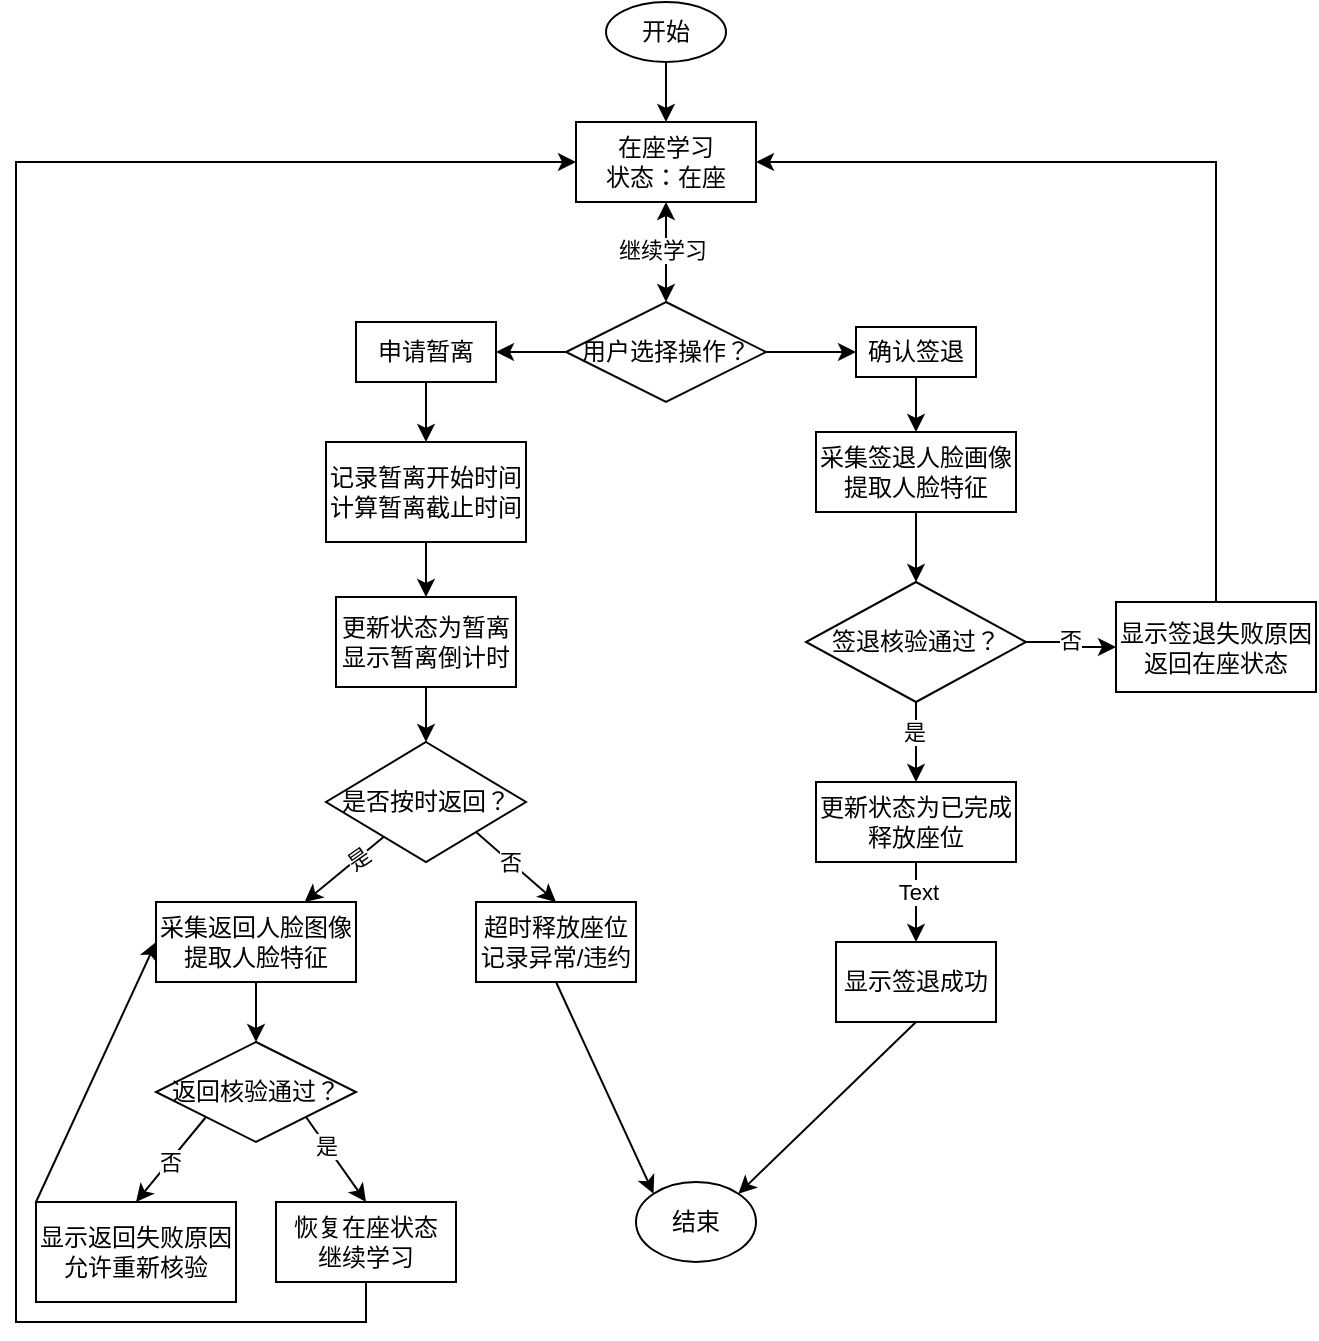
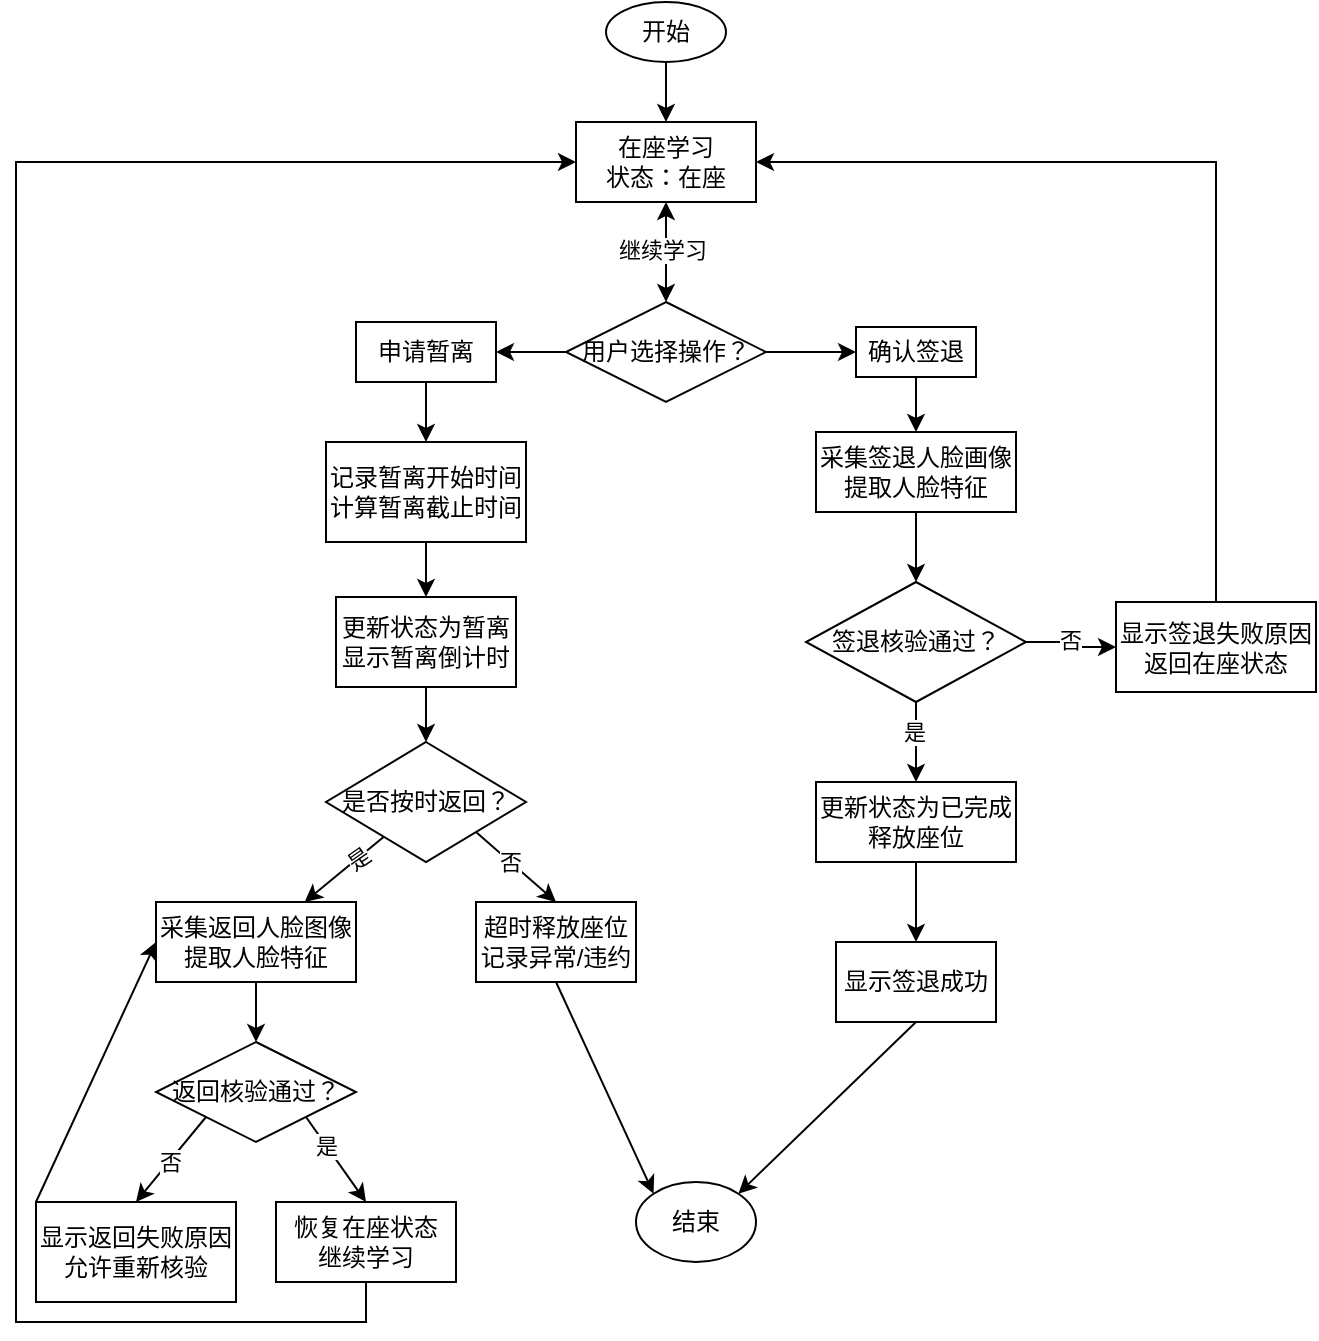
<mxfile host="app.diagrams.net">
  <diagram id="C5RBs43oDa-KdzZeNtuy" name="Page-1">
-     <mxGraphModel dx="1984" dy="767" grid="1" gridSize="10" guides="1" tooltips="1" connect="1" arrows="1" fold="1" page="1" pageScale="1" pageWidth="827" pageHeight="1169" math="0" shadow="0">
+     <mxGraphModel dx="1980" dy="767" grid="1" gridSize="10" guides="1" tooltips="1" connect="1" arrows="1" fold="1" page="1" pageScale="1" pageWidth="827" pageHeight="1169" math="0" shadow="0">
      <root>
        <mxCell id="WIyWlLk6GJQsqaUBKTNV-0" />
        <mxCell id="WIyWlLk6GJQsqaUBKTNV-1" parent="WIyWlLk6GJQsqaUBKTNV-0" />
        <mxCell id="KdbnOWA6Q3B73fjV9xqP-21" edge="1" parent="WIyWlLk6GJQsqaUBKTNV-1" source="KdbnOWA6Q3B73fjV9xqP-0" style="edgeStyle=orthogonalEdgeStyle;rounded=0;orthogonalLoop=1;jettySize=auto;html=1;entryX=0.5;entryY=0;entryDx=0;entryDy=0;" target="KdbnOWA6Q3B73fjV9xqP-1">
          <mxGeometry relative="1" as="geometry" />
        </mxCell>
        <mxCell id="KdbnOWA6Q3B73fjV9xqP-0" parent="WIyWlLk6GJQsqaUBKTNV-1" style="ellipse;whiteSpace=wrap;html=1;" value="开始" vertex="1">
          <mxGeometry height="30" width="60" x="215" y="170" as="geometry" />
        </mxCell>
        <mxCell id="KdbnOWA6Q3B73fjV9xqP-22" edge="1" parent="WIyWlLk6GJQsqaUBKTNV-1" source="KdbnOWA6Q3B73fjV9xqP-1" style="edgeStyle=orthogonalEdgeStyle;rounded=0;orthogonalLoop=1;jettySize=auto;html=1;exitX=0.5;exitY=1;exitDx=0;exitDy=0;entryX=0.5;entryY=0;entryDx=0;entryDy=0;startArrow=classic;startFill=1;" target="KdbnOWA6Q3B73fjV9xqP-2">
          <mxGeometry relative="1" as="geometry" />
        </mxCell>
        <mxCell id="KdbnOWA6Q3B73fjV9xqP-23" connectable="0" parent="KdbnOWA6Q3B73fjV9xqP-22" style="edgeLabel;html=1;align=center;verticalAlign=middle;resizable=0;points=[];" value="继续学习" vertex="1">
          <mxGeometry relative="1" x="-0.04" y="-2" as="geometry">
            <mxPoint as="offset" />
          </mxGeometry>
        </mxCell>
        <mxCell id="KdbnOWA6Q3B73fjV9xqP-1" parent="WIyWlLk6GJQsqaUBKTNV-1" style="whiteSpace=wrap;html=1;" value="在座学习&lt;br&gt;状态：在座" vertex="1">
          <mxGeometry height="40" width="90" x="200" y="230" as="geometry" />
        </mxCell>
        <mxCell id="KdbnOWA6Q3B73fjV9xqP-25" edge="1" parent="WIyWlLk6GJQsqaUBKTNV-1" source="KdbnOWA6Q3B73fjV9xqP-2" style="edgeStyle=orthogonalEdgeStyle;rounded=0;orthogonalLoop=1;jettySize=auto;html=1;exitX=0;exitY=0.5;exitDx=0;exitDy=0;entryX=1;entryY=0.5;entryDx=0;entryDy=0;" target="KdbnOWA6Q3B73fjV9xqP-11">
          <mxGeometry relative="1" as="geometry" />
        </mxCell>
        <mxCell id="KdbnOWA6Q3B73fjV9xqP-41" edge="1" parent="WIyWlLk6GJQsqaUBKTNV-1" source="KdbnOWA6Q3B73fjV9xqP-2" style="edgeStyle=orthogonalEdgeStyle;rounded=0;orthogonalLoop=1;jettySize=auto;html=1;exitX=1;exitY=0.5;exitDx=0;exitDy=0;" target="KdbnOWA6Q3B73fjV9xqP-3">
          <mxGeometry relative="1" as="geometry" />
        </mxCell>
        <mxCell id="KdbnOWA6Q3B73fjV9xqP-2" parent="WIyWlLk6GJQsqaUBKTNV-1" style="rhombus;whiteSpace=wrap;html=1;" value="用户选择操作？" vertex="1">
          <mxGeometry height="50" width="100" x="195" y="320" as="geometry" />
        </mxCell>
        <mxCell id="KdbnOWA6Q3B73fjV9xqP-43" edge="1" parent="WIyWlLk6GJQsqaUBKTNV-1" source="KdbnOWA6Q3B73fjV9xqP-3" style="edgeStyle=orthogonalEdgeStyle;rounded=0;orthogonalLoop=1;jettySize=auto;html=1;exitX=0.5;exitY=1;exitDx=0;exitDy=0;entryX=0.5;entryY=0;entryDx=0;entryDy=0;" target="KdbnOWA6Q3B73fjV9xqP-5">
          <mxGeometry relative="1" as="geometry" />
        </mxCell>
        <mxCell id="KdbnOWA6Q3B73fjV9xqP-3" parent="WIyWlLk6GJQsqaUBKTNV-1" style="whiteSpace=wrap;html=1;" value="确认签退" vertex="1">
          <mxGeometry height="25" width="60" x="340" y="332.5" as="geometry" />
        </mxCell>
        <mxCell id="KdbnOWA6Q3B73fjV9xqP-44" edge="1" parent="WIyWlLk6GJQsqaUBKTNV-1" source="KdbnOWA6Q3B73fjV9xqP-5" style="edgeStyle=orthogonalEdgeStyle;rounded=0;orthogonalLoop=1;jettySize=auto;html=1;exitX=0.5;exitY=1;exitDx=0;exitDy=0;entryX=0.5;entryY=0;entryDx=0;entryDy=0;" target="KdbnOWA6Q3B73fjV9xqP-6">
          <mxGeometry relative="1" as="geometry" />
        </mxCell>
        <mxCell id="KdbnOWA6Q3B73fjV9xqP-5" parent="WIyWlLk6GJQsqaUBKTNV-1" style="whiteSpace=wrap;html=1;" value="采集签退人脸画像&lt;br&gt;提取人脸特征" vertex="1">
          <mxGeometry height="40" width="100" x="320" y="385" as="geometry" />
        </mxCell>
        <mxCell id="KdbnOWA6Q3B73fjV9xqP-45" edge="1" parent="WIyWlLk6GJQsqaUBKTNV-1" source="KdbnOWA6Q3B73fjV9xqP-6" style="edgeStyle=orthogonalEdgeStyle;rounded=0;orthogonalLoop=1;jettySize=auto;html=1;exitX=1;exitY=0.5;exitDx=0;exitDy=0;entryX=0;entryY=0.5;entryDx=0;entryDy=0;" target="KdbnOWA6Q3B73fjV9xqP-10">
          <mxGeometry relative="1" as="geometry" />
        </mxCell>
        <mxCell id="KdbnOWA6Q3B73fjV9xqP-46" connectable="0" parent="KdbnOWA6Q3B73fjV9xqP-45" style="edgeLabel;html=1;align=center;verticalAlign=middle;resizable=0;points=[];" value="否" vertex="1">
          <mxGeometry relative="1" x="-0.0857" y="1" as="geometry">
            <mxPoint as="offset" />
          </mxGeometry>
        </mxCell>
        <mxCell id="KdbnOWA6Q3B73fjV9xqP-48" edge="1" parent="WIyWlLk6GJQsqaUBKTNV-1" source="KdbnOWA6Q3B73fjV9xqP-6" style="edgeStyle=orthogonalEdgeStyle;rounded=0;orthogonalLoop=1;jettySize=auto;html=1;exitX=0.5;exitY=1;exitDx=0;exitDy=0;entryX=0.5;entryY=0;entryDx=0;entryDy=0;" target="KdbnOWA6Q3B73fjV9xqP-7">
          <mxGeometry relative="1" as="geometry" />
        </mxCell>
        <mxCell id="KdbnOWA6Q3B73fjV9xqP-49" connectable="0" parent="KdbnOWA6Q3B73fjV9xqP-48" style="edgeLabel;html=1;align=center;verticalAlign=middle;resizable=0;points=[];" value="是" vertex="1">
          <mxGeometry relative="1" x="-0.2667" y="-1" as="geometry">
            <mxPoint as="offset" />
          </mxGeometry>
        </mxCell>
        <mxCell id="KdbnOWA6Q3B73fjV9xqP-6" parent="WIyWlLk6GJQsqaUBKTNV-1" style="rhombus;whiteSpace=wrap;html=1;" value="签退核验通过？" vertex="1">
          <mxGeometry height="60" width="110" x="315" y="460" as="geometry" />
        </mxCell>
        <mxCell id="KdbnOWA6Q3B73fjV9xqP-50" edge="1" parent="WIyWlLk6GJQsqaUBKTNV-1" source="KdbnOWA6Q3B73fjV9xqP-7" style="edgeStyle=orthogonalEdgeStyle;rounded=0;orthogonalLoop=1;jettySize=auto;html=1;exitX=0.5;exitY=1;exitDx=0;exitDy=0;entryX=0.5;entryY=0;entryDx=0;entryDy=0;" target="KdbnOWA6Q3B73fjV9xqP-8">
          <mxGeometry relative="1" as="geometry" />
-         </mxCell>
-         <mxCell id="KdbnOWA6Q3B73fjV9xqP-51" connectable="0" parent="KdbnOWA6Q3B73fjV9xqP-50" style="edgeLabel;html=1;align=center;verticalAlign=middle;resizable=0;points=[];" value="Text" vertex="1">
-           <mxGeometry relative="1" x="-0.2667" y="1" as="geometry">
-             <mxPoint as="offset" />
-           </mxGeometry>
        </mxCell>
        <mxCell id="KdbnOWA6Q3B73fjV9xqP-7" parent="WIyWlLk6GJQsqaUBKTNV-1" style="whiteSpace=wrap;html=1;" value="更新状态为已完成&lt;br&gt;释放座位" vertex="1">
          <mxGeometry height="40" width="100" x="320" y="560" as="geometry" />
        </mxCell>
        <mxCell id="KdbnOWA6Q3B73fjV9xqP-53" edge="1" parent="WIyWlLk6GJQsqaUBKTNV-1" source="KdbnOWA6Q3B73fjV9xqP-8" style="rounded=0;orthogonalLoop=1;jettySize=auto;html=1;exitX=0.5;exitY=1;exitDx=0;exitDy=0;entryX=1;entryY=0;entryDx=0;entryDy=0;" target="KdbnOWA6Q3B73fjV9xqP-9">
          <mxGeometry relative="1" as="geometry" />
        </mxCell>
        <mxCell id="KdbnOWA6Q3B73fjV9xqP-8" parent="WIyWlLk6GJQsqaUBKTNV-1" style="whiteSpace=wrap;html=1;" value="显示签退成功" vertex="1">
          <mxGeometry height="40" width="80" x="330" y="640" as="geometry" />
        </mxCell>
        <mxCell id="KdbnOWA6Q3B73fjV9xqP-9" parent="WIyWlLk6GJQsqaUBKTNV-1" style="ellipse;whiteSpace=wrap;html=1;" value="结束" vertex="1">
          <mxGeometry height="40" width="60" x="230" y="760" as="geometry" />
        </mxCell>
        <mxCell id="KdbnOWA6Q3B73fjV9xqP-47" edge="1" parent="WIyWlLk6GJQsqaUBKTNV-1" source="KdbnOWA6Q3B73fjV9xqP-10" style="edgeStyle=orthogonalEdgeStyle;rounded=0;orthogonalLoop=1;jettySize=auto;html=1;exitX=0.5;exitY=0;exitDx=0;exitDy=0;entryX=1;entryY=0.5;entryDx=0;entryDy=0;" target="KdbnOWA6Q3B73fjV9xqP-1">
          <mxGeometry relative="1" as="geometry" />
        </mxCell>
        <mxCell id="KdbnOWA6Q3B73fjV9xqP-10" parent="WIyWlLk6GJQsqaUBKTNV-1" style="whiteSpace=wrap;html=1;" value="显示签退失败原因&lt;br&gt;返回在座状态" vertex="1">
          <mxGeometry height="45" width="100" x="470" y="470" as="geometry" />
        </mxCell>
        <mxCell id="KdbnOWA6Q3B73fjV9xqP-26" edge="1" parent="WIyWlLk6GJQsqaUBKTNV-1" source="KdbnOWA6Q3B73fjV9xqP-11" style="edgeStyle=orthogonalEdgeStyle;rounded=0;orthogonalLoop=1;jettySize=auto;html=1;exitX=0.5;exitY=1;exitDx=0;exitDy=0;entryX=0.5;entryY=0;entryDx=0;entryDy=0;" target="KdbnOWA6Q3B73fjV9xqP-12">
          <mxGeometry relative="1" as="geometry" />
        </mxCell>
        <mxCell id="KdbnOWA6Q3B73fjV9xqP-11" parent="WIyWlLk6GJQsqaUBKTNV-1" style="whiteSpace=wrap;html=1;" value="申请暂离" vertex="1">
          <mxGeometry height="30" width="70" x="90" y="330" as="geometry" />
        </mxCell>
        <mxCell id="KdbnOWA6Q3B73fjV9xqP-27" edge="1" parent="WIyWlLk6GJQsqaUBKTNV-1" source="KdbnOWA6Q3B73fjV9xqP-12" style="edgeStyle=orthogonalEdgeStyle;rounded=0;orthogonalLoop=1;jettySize=auto;html=1;exitX=0.5;exitY=1;exitDx=0;exitDy=0;entryX=0.5;entryY=0;entryDx=0;entryDy=0;" target="KdbnOWA6Q3B73fjV9xqP-13">
          <mxGeometry relative="1" as="geometry" />
        </mxCell>
        <mxCell id="KdbnOWA6Q3B73fjV9xqP-12" parent="WIyWlLk6GJQsqaUBKTNV-1" style="whiteSpace=wrap;html=1;" value="记录暂离开始时间&lt;br&gt;计算暂离截止时间" vertex="1">
          <mxGeometry height="50" width="100" x="75" y="390" as="geometry" />
        </mxCell>
        <mxCell id="KdbnOWA6Q3B73fjV9xqP-28" edge="1" parent="WIyWlLk6GJQsqaUBKTNV-1" source="KdbnOWA6Q3B73fjV9xqP-13" style="edgeStyle=orthogonalEdgeStyle;rounded=0;orthogonalLoop=1;jettySize=auto;html=1;entryX=0.5;entryY=0;entryDx=0;entryDy=0;" target="KdbnOWA6Q3B73fjV9xqP-14">
          <mxGeometry relative="1" as="geometry" />
        </mxCell>
        <mxCell id="KdbnOWA6Q3B73fjV9xqP-13" parent="WIyWlLk6GJQsqaUBKTNV-1" style="whiteSpace=wrap;html=1;" value="更新状态为暂离&lt;br&gt;显示暂离倒计时" vertex="1">
          <mxGeometry height="45" width="90" x="80" y="467.5" as="geometry" />
        </mxCell>
        <mxCell id="KdbnOWA6Q3B73fjV9xqP-29" edge="1" parent="WIyWlLk6GJQsqaUBKTNV-1" source="KdbnOWA6Q3B73fjV9xqP-14" style="rounded=0;orthogonalLoop=1;jettySize=auto;html=1;" target="KdbnOWA6Q3B73fjV9xqP-15">
          <mxGeometry relative="1" as="geometry" />
        </mxCell>
        <mxCell id="KdbnOWA6Q3B73fjV9xqP-31" connectable="0" parent="KdbnOWA6Q3B73fjV9xqP-29" style="edgeLabel;html=1;align=center;verticalAlign=middle;resizable=0;points=[];rotation=325;" value="是" vertex="1">
          <mxGeometry relative="1" x="-0.3093" as="geometry">
            <mxPoint as="offset" />
          </mxGeometry>
        </mxCell>
        <mxCell id="KdbnOWA6Q3B73fjV9xqP-30" edge="1" parent="WIyWlLk6GJQsqaUBKTNV-1" source="KdbnOWA6Q3B73fjV9xqP-14" style="rounded=0;orthogonalLoop=1;jettySize=auto;html=1;exitX=1;exitY=1;exitDx=0;exitDy=0;entryX=0.5;entryY=0;entryDx=0;entryDy=0;" target="KdbnOWA6Q3B73fjV9xqP-16">
          <mxGeometry relative="1" as="geometry" />
        </mxCell>
        <mxCell id="KdbnOWA6Q3B73fjV9xqP-32" connectable="0" parent="KdbnOWA6Q3B73fjV9xqP-30" style="edgeLabel;html=1;align=center;verticalAlign=middle;resizable=0;points=[];" value="否" vertex="1">
          <mxGeometry relative="1" x="-0.1523" as="geometry">
            <mxPoint as="offset" />
          </mxGeometry>
        </mxCell>
        <mxCell id="KdbnOWA6Q3B73fjV9xqP-14" parent="WIyWlLk6GJQsqaUBKTNV-1" style="rhombus;whiteSpace=wrap;html=1;" value="是否按时返回？" vertex="1">
          <mxGeometry height="60" width="100" x="75" y="540" as="geometry" />
        </mxCell>
        <mxCell id="KdbnOWA6Q3B73fjV9xqP-34" edge="1" parent="WIyWlLk6GJQsqaUBKTNV-1" source="KdbnOWA6Q3B73fjV9xqP-15" style="edgeStyle=orthogonalEdgeStyle;rounded=0;orthogonalLoop=1;jettySize=auto;html=1;exitX=0.5;exitY=1;exitDx=0;exitDy=0;entryX=0.5;entryY=0;entryDx=0;entryDy=0;" target="KdbnOWA6Q3B73fjV9xqP-17">
          <mxGeometry relative="1" as="geometry" />
        </mxCell>
        <mxCell id="KdbnOWA6Q3B73fjV9xqP-15" parent="WIyWlLk6GJQsqaUBKTNV-1" style="whiteSpace=wrap;html=1;" value="采集返回人脸图像&lt;br&gt;提取人脸特征" vertex="1">
          <mxGeometry height="40" width="100" x="-10" y="620" as="geometry" />
        </mxCell>
        <mxCell id="KdbnOWA6Q3B73fjV9xqP-42" edge="1" parent="WIyWlLk6GJQsqaUBKTNV-1" source="KdbnOWA6Q3B73fjV9xqP-16" style="rounded=0;orthogonalLoop=1;jettySize=auto;html=1;exitX=0.5;exitY=1;exitDx=0;exitDy=0;entryX=0;entryY=0;entryDx=0;entryDy=0;" target="KdbnOWA6Q3B73fjV9xqP-9">
          <mxGeometry relative="1" as="geometry" />
        </mxCell>
        <mxCell id="KdbnOWA6Q3B73fjV9xqP-16" parent="WIyWlLk6GJQsqaUBKTNV-1" style="whiteSpace=wrap;html=1;" value="超时释放座位&lt;br&gt;记录异常/违约" vertex="1">
          <mxGeometry height="40" width="80" x="150" y="620" as="geometry" />
        </mxCell>
        <mxCell id="KdbnOWA6Q3B73fjV9xqP-35" edge="1" parent="WIyWlLk6GJQsqaUBKTNV-1" source="KdbnOWA6Q3B73fjV9xqP-17" style="rounded=0;orthogonalLoop=1;jettySize=auto;html=1;exitX=0;exitY=1;exitDx=0;exitDy=0;entryX=0.5;entryY=0;entryDx=0;entryDy=0;" target="KdbnOWA6Q3B73fjV9xqP-18">
          <mxGeometry relative="1" as="geometry" />
        </mxCell>
        <mxCell id="KdbnOWA6Q3B73fjV9xqP-36" connectable="0" parent="KdbnOWA6Q3B73fjV9xqP-35" style="edgeLabel;html=1;align=center;verticalAlign=middle;resizable=0;points=[];" value="否" vertex="1">
          <mxGeometry relative="1" x="0.0466" as="geometry">
            <mxPoint as="offset" />
          </mxGeometry>
        </mxCell>
        <mxCell id="KdbnOWA6Q3B73fjV9xqP-38" edge="1" parent="WIyWlLk6GJQsqaUBKTNV-1" source="KdbnOWA6Q3B73fjV9xqP-17" style="rounded=0;orthogonalLoop=1;jettySize=auto;html=1;exitX=1;exitY=1;exitDx=0;exitDy=0;entryX=0.5;entryY=0;entryDx=0;entryDy=0;" target="KdbnOWA6Q3B73fjV9xqP-19">
          <mxGeometry relative="1" as="geometry" />
        </mxCell>
        <mxCell id="KdbnOWA6Q3B73fjV9xqP-39" connectable="0" parent="KdbnOWA6Q3B73fjV9xqP-38" style="edgeLabel;html=1;align=center;verticalAlign=middle;resizable=0;points=[];" value="是" vertex="1">
          <mxGeometry relative="1" x="-0.3229" as="geometry">
            <mxPoint as="offset" />
          </mxGeometry>
        </mxCell>
        <mxCell id="KdbnOWA6Q3B73fjV9xqP-17" parent="WIyWlLk6GJQsqaUBKTNV-1" style="rhombus;whiteSpace=wrap;html=1;" value="返回核验通过？" vertex="1">
          <mxGeometry height="50" width="100" x="-10" y="690" as="geometry" />
        </mxCell>
        <mxCell id="KdbnOWA6Q3B73fjV9xqP-37" edge="1" parent="WIyWlLk6GJQsqaUBKTNV-1" source="KdbnOWA6Q3B73fjV9xqP-18" style="rounded=0;orthogonalLoop=1;jettySize=auto;html=1;exitX=0;exitY=0;exitDx=0;exitDy=0;entryX=0;entryY=0.5;entryDx=0;entryDy=0;" target="KdbnOWA6Q3B73fjV9xqP-15">
          <mxGeometry relative="1" as="geometry" />
        </mxCell>
        <mxCell id="KdbnOWA6Q3B73fjV9xqP-18" parent="WIyWlLk6GJQsqaUBKTNV-1" style="whiteSpace=wrap;html=1;" value="显示返回失败原因&lt;br&gt;允许重新核验" vertex="1">
          <mxGeometry height="50" width="100" x="-70" y="770" as="geometry" />
        </mxCell>
        <mxCell id="KdbnOWA6Q3B73fjV9xqP-40" edge="1" parent="WIyWlLk6GJQsqaUBKTNV-1" source="KdbnOWA6Q3B73fjV9xqP-19" style="edgeStyle=orthogonalEdgeStyle;rounded=0;orthogonalLoop=1;jettySize=auto;html=1;exitX=0.5;exitY=1;exitDx=0;exitDy=0;entryX=0;entryY=0.5;entryDx=0;entryDy=0;" target="KdbnOWA6Q3B73fjV9xqP-1">
          <mxGeometry relative="1" as="geometry">
            <Array as="points">
              <mxPoint x="95" y="830" />
              <mxPoint x="-80" y="830" />
              <mxPoint x="-80" y="250" />
            </Array>
          </mxGeometry>
        </mxCell>
        <mxCell id="KdbnOWA6Q3B73fjV9xqP-19" parent="WIyWlLk6GJQsqaUBKTNV-1" style="whiteSpace=wrap;html=1;" value="恢复在座状态&lt;br&gt;继续学习" vertex="1">
          <mxGeometry height="40" width="90" x="50" y="770" as="geometry" />
        </mxCell>
      </root>
    </mxGraphModel>
  </diagram>
</mxfile>
